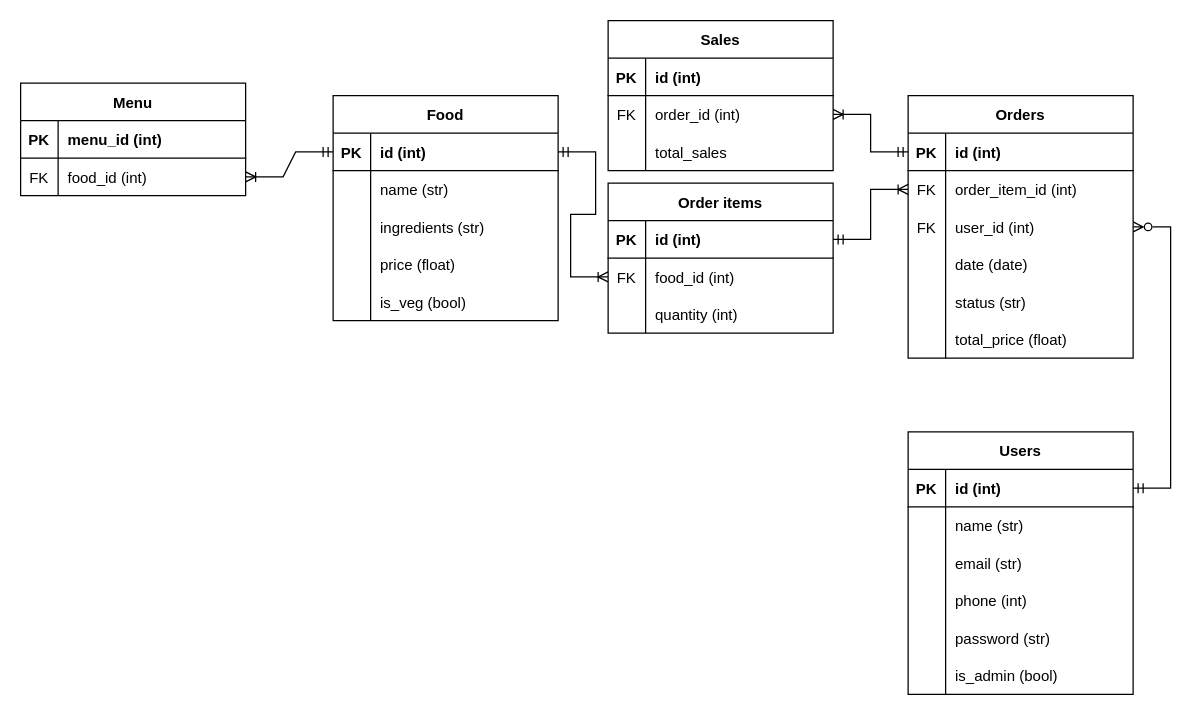
Above: docs/ERD.drawio in john-masters/T2A2 (draw.io), before the change. Source tidied: cells renumbered, new cells numbered last; positions are measured from the earlier drawing's top-left corner, leaving out a move shared by most shapes. Both pictures are drawn from the tidied source at 125%, with x=0, y=0 at pixel (20, 20).
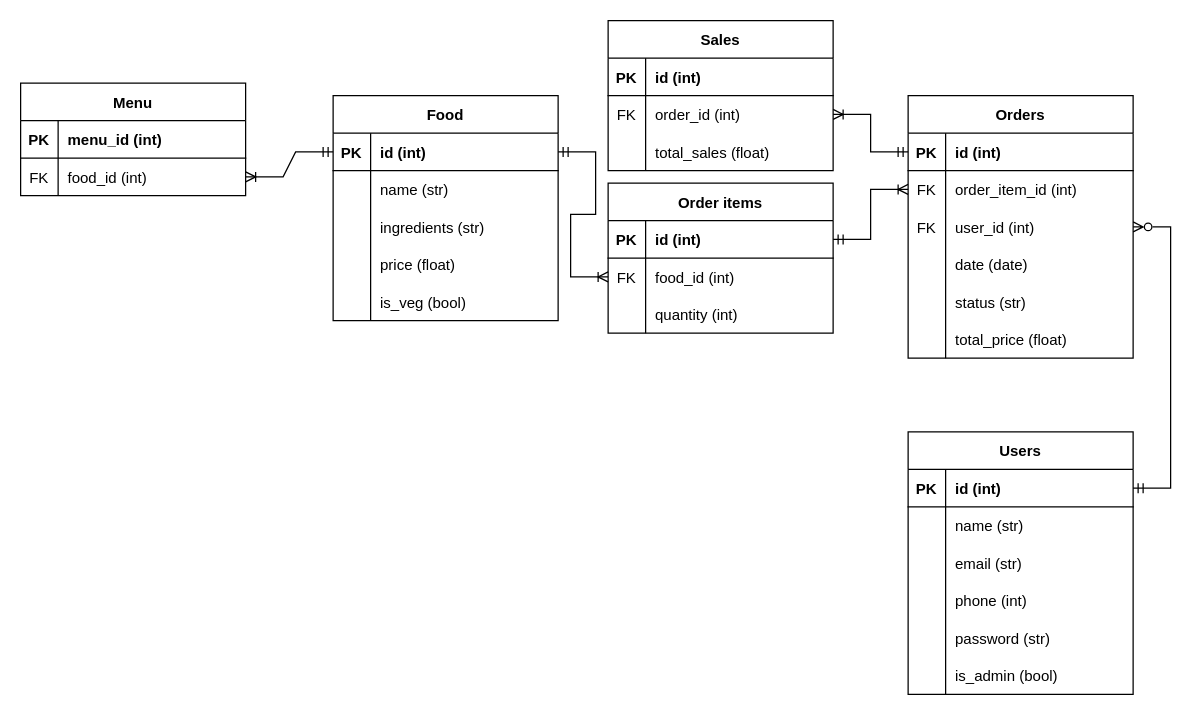
The same page after the edit.

Unchanged cells that the change refers to:
```xml
<mxCell id="71" style="shape=tableRow;horizontal=0;startSize=0;swimlaneHead=0;swimlaneBody=0;fillColor=none;top=0;left=0;right=0;bottom=0;" parent="64" vertex="1">
  <mxGeometry y="90" width="180" height="30" as="geometry" />
</mxCell>
```

The edit, as a diff of the source:
```diff
@@
-    <mxCell id="73" value="total_sales" style="shape=partialRectangle;fillColor=none;top=0;left=0;bottom=0;right=0;align=left;spacingLeft=6;overflow=hidden;" parent="71" vertex="1">
+    <mxCell id="73" value="total_sales (float)" style="shape=partialRectangle;fillColor=none;top=0;left=0;bottom=0;right=0;align=left;spacingLeft=6;overflow=hidden;" parent="71" vertex="1">
       <mxGeometry x="30" width="150" height="30" as="geometry" />
     </mxCell>
```
